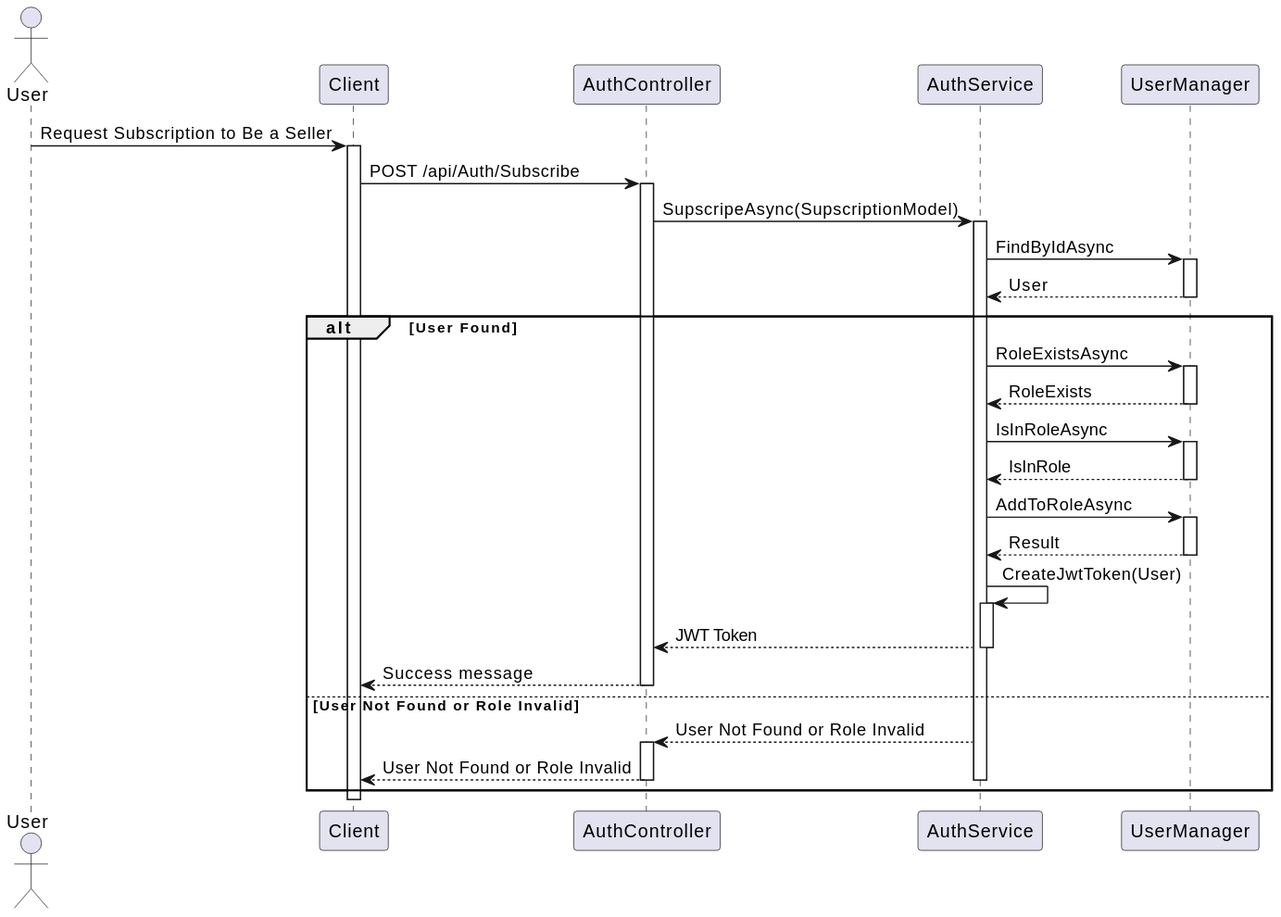
omarrraliii/Aqay keeps this PlantUML diagram as Documentation/Sequence Diagrams/Subscription to Be a Seller.svg. Above is the earlier version.
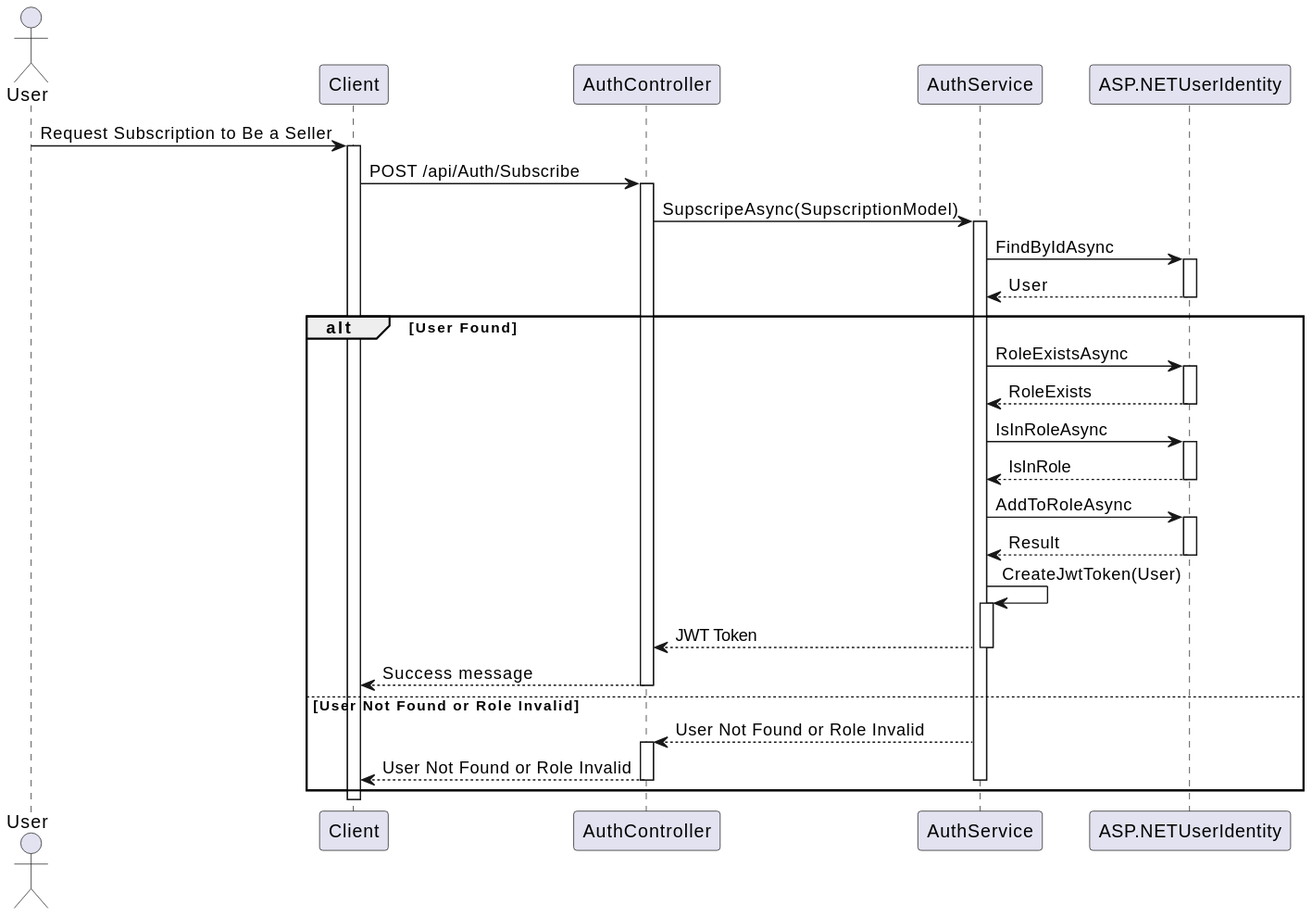
Later version of the same file.

Commit message:
Update Create Seller User.

Diff of the diagram source:
```diff
@@ -3,7 +3,7 @@
 participant "Client" as Client
 participant "AuthController" as AuthController
 participant "AuthService" as AuthService
-participant "UserManager" as UserManager
+participant "ASP.NETUserIdentity" as ASP.NETUserIdentity
 
 User -> Client: Request Subscription to Be a Seller
 activate Client
@@ -14,26 +14,26 @@
 AuthController -> AuthService: SupscripeAsync(SupscriptionModel)
 activate AuthService
 
-AuthService -> UserManager: FindByIdAsync
-activate UserManager
-UserManager --> AuthService: User
-deactivate UserManager
+AuthService -> ASP.NETUserIdentity: FindByIdAsync
+activate ASP.NETUserIdentity
+ASP.NETUserIdentity --> AuthService: User
+deactivate ASP.NETUserIdentity
 
 alt User Found
-    AuthService -> UserManager: RoleExistsAsync
-    activate UserManager
-    UserManager --> AuthService: RoleExists
-    deactivate UserManager
+    AuthService -> ASP.NETUserIdentity: RoleExistsAsync
+    activate ASP.NETUserIdentity
+    ASP.NETUserIdentity --> AuthService: RoleExists
+    deactivate ASP.NETUserIdentity
 
-    AuthService -> UserManager: IsInRoleAsync
-    activate UserManager
-    UserManager --> AuthService: IsInRole
-    deactivate UserManager
+    AuthService -> ASP.NETUserIdentity: IsInRoleAsync
+    activate ASP.NETUserIdentity
+    ASP.NETUserIdentity --> AuthService: IsInRole
+    deactivate ASP.NETUserIdentity
 
-    AuthService -> UserManager: AddToRoleAsync
-    activate UserManager
-    UserManager --> AuthService: Result
-    deactivate UserManager
+    AuthService -> ASP.NETUserIdentity: AddToRoleAsync
+    activate ASP.NETUserIdentity
+    ASP.NETUserIdentity --> AuthService: Result
+    deactivate ASP.NETUserIdentity
 
     AuthService -> AuthService: CreateJwtToken(User)
     activate AuthService
```
